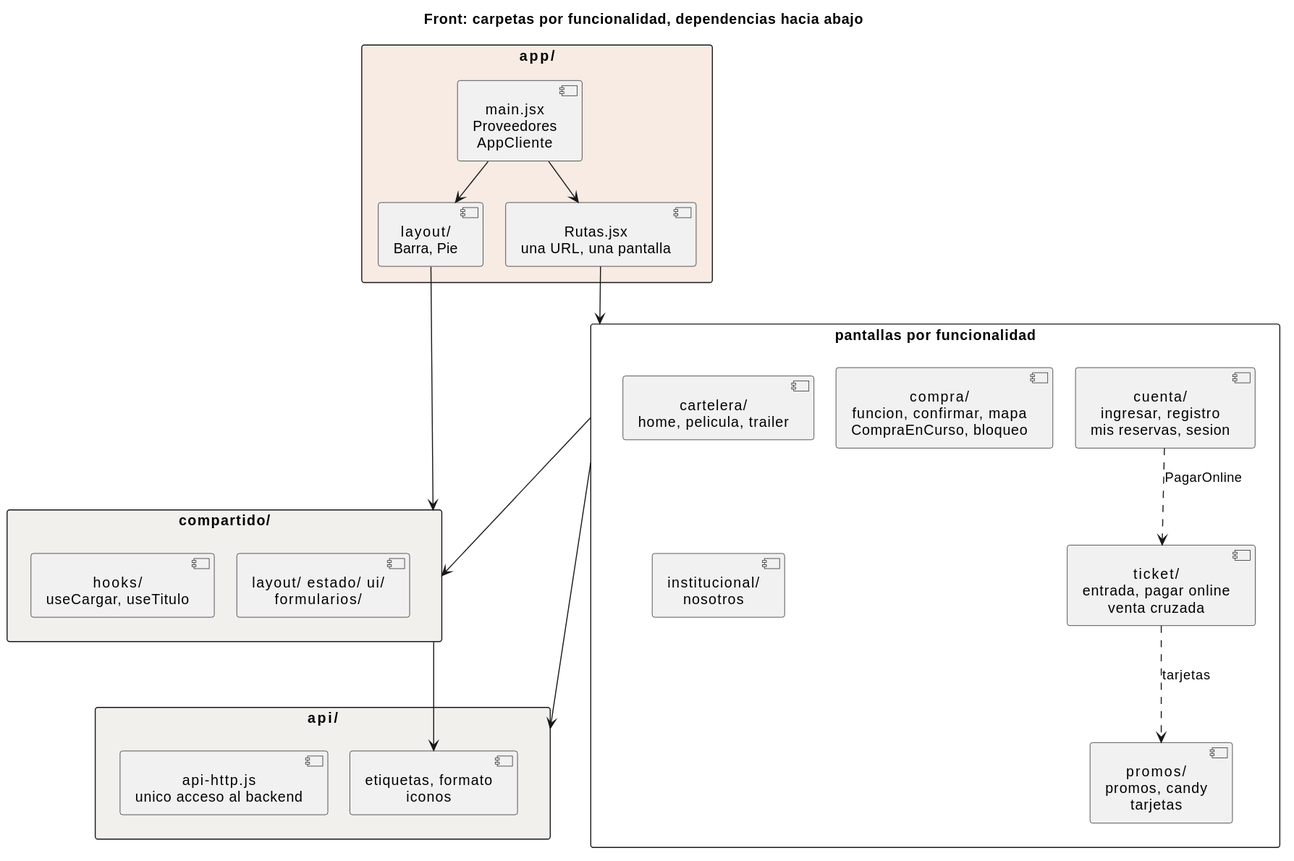
The PlantUML diagram _other/docs/diagramas/front-estructura.svg in andreiveisuade/cine-uade, before a commit.
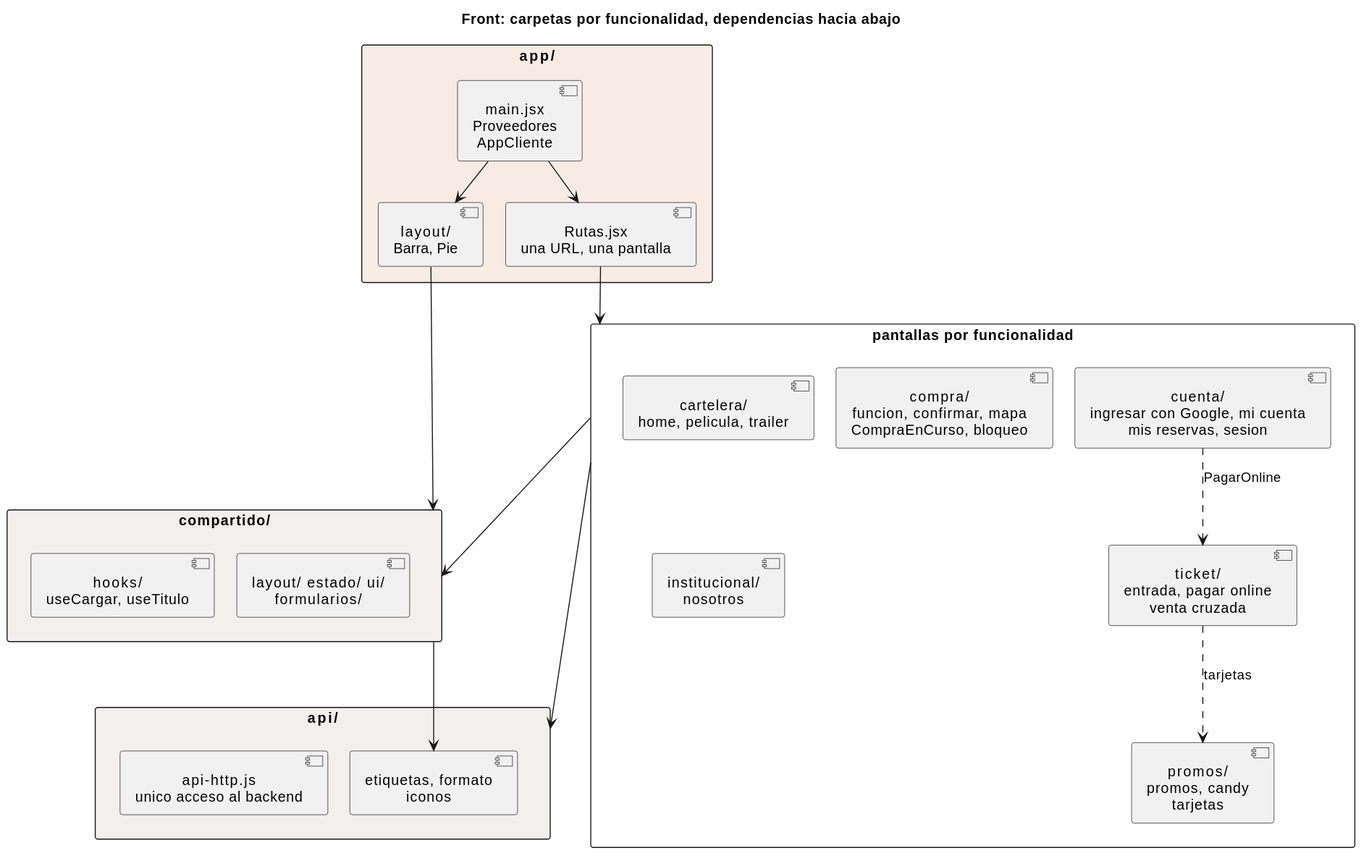
Above is the later version.

Change to the diagram source:
```diff
@@ -16,7 +16,7 @@
   [cartelera/\nhome, pelicula, trailer] as CART
   [compra/\nfuncion, confirmar, mapa\nCompraEnCurso, bloqueo] as COMPRA
   [ticket/\nentrada, pagar online\nventa cruzada] as TICKET
-  [cuenta/\ningresar, registro\nmis reservas, sesion] as CUENTA
+  [cuenta/\ningresar con Google, mi cuenta\nmis reservas, sesion] as CUENTA
   [promos/\npromos, candy\ntarjetas] as PROMOS
   [institucional/\nnosotros] as INST
 }
```
